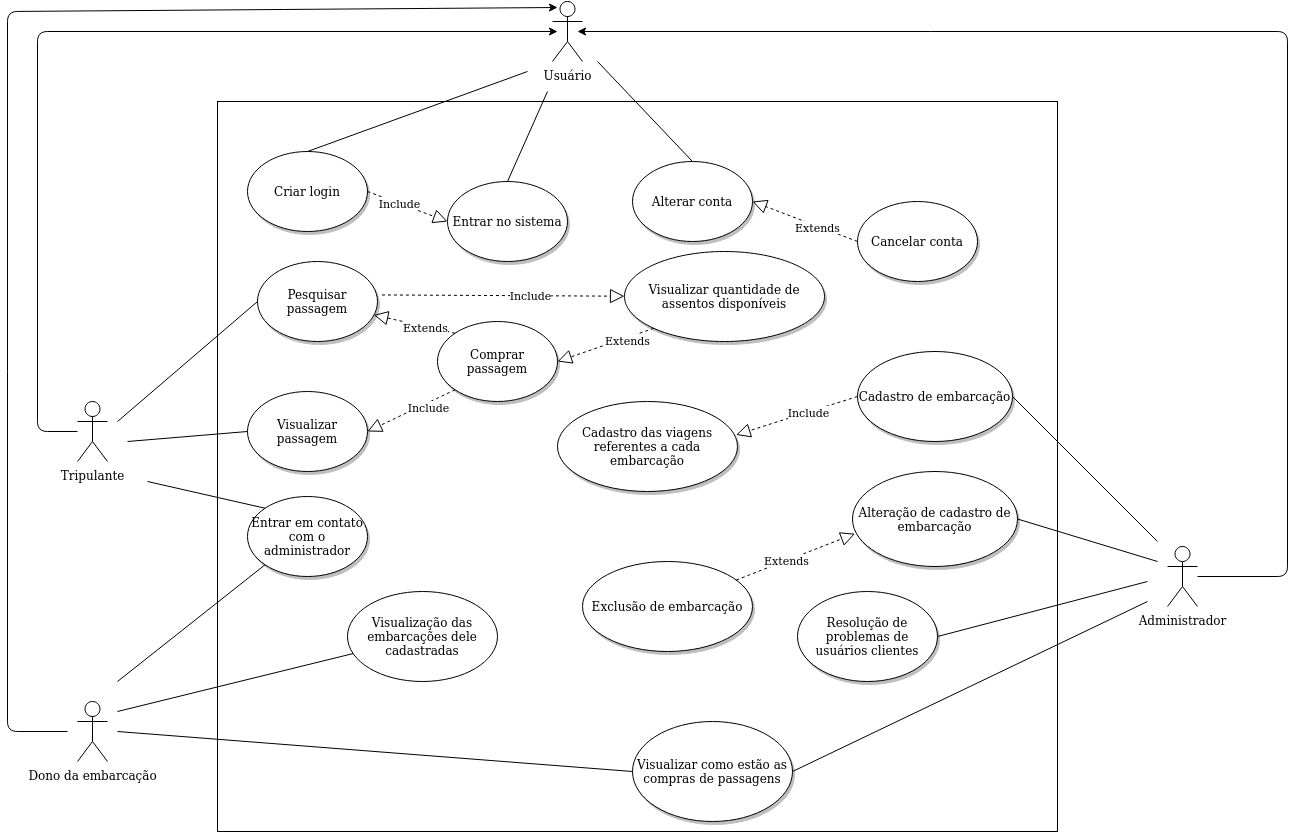
This is docs/diagramas/Diagrama_Casos_de_Uso.png from fga-eps-mds/2020.1-Ziguen, a draw.io export, as it was before one commit. Source tidied: cells renumbered, new cells last; positions are measured from the earlier drawing's top-left corner, leaving out a move shared by most shapes.
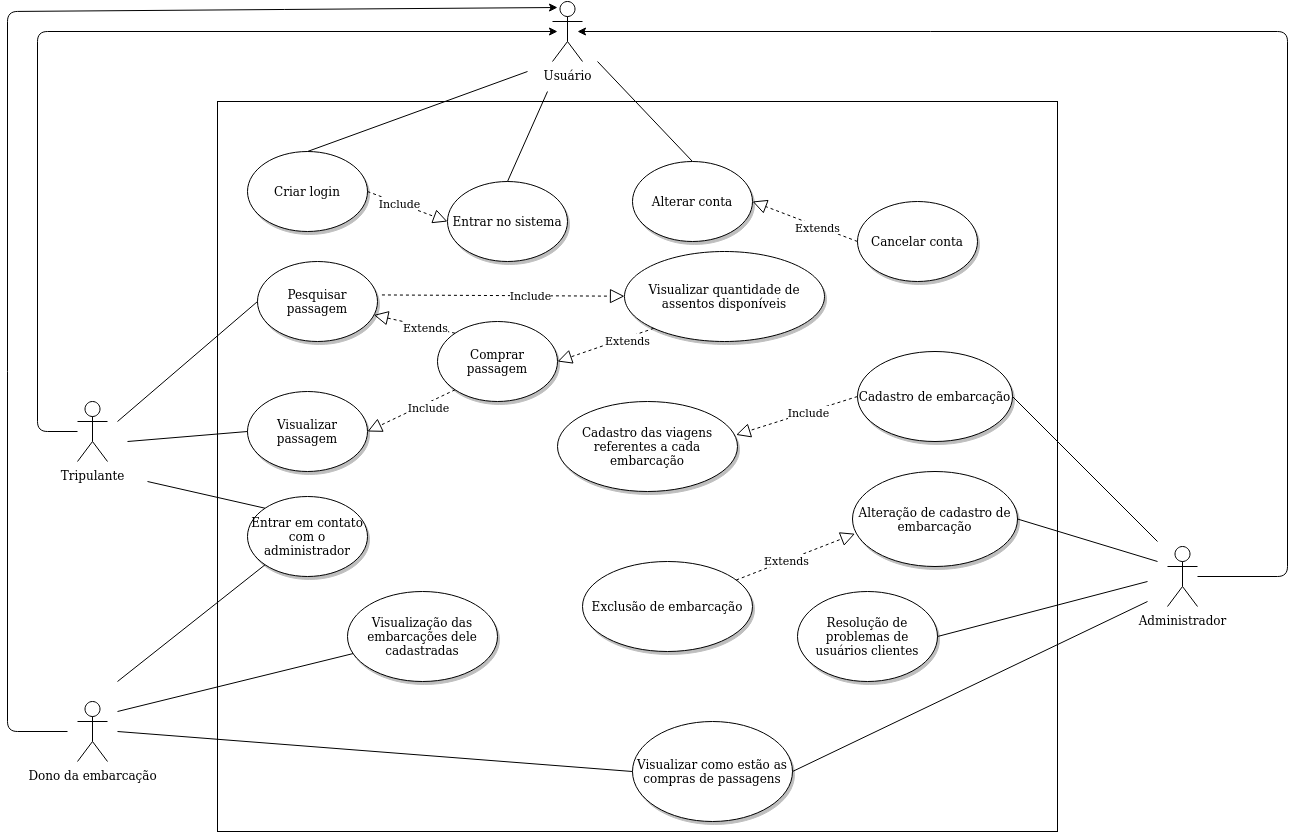
The same file after the commit.

Commit message:
docs(#20): updating the correct diagram

What changed in the source:
```diff
@@ -211,7 +211,7 @@
         <mxPoint x="-1" as="offset" />
       </mxGeometry>
     </mxCell>
-    <mxCell id="54" value="Visualização das embarcações dele cadastradas" style="ellipse;whiteSpace=wrap;html=1;" parent="1" vertex="1">
+    <mxCell id="54" value="Visualização das embarcações dele cadastradas" style="ellipse;whiteSpace=wrap;html=1;shadow=1;" parent="1" vertex="1">
       <mxGeometry x="340" y="590" width="150" height="90" as="geometry" />
     </mxCell>
   </root>
```
